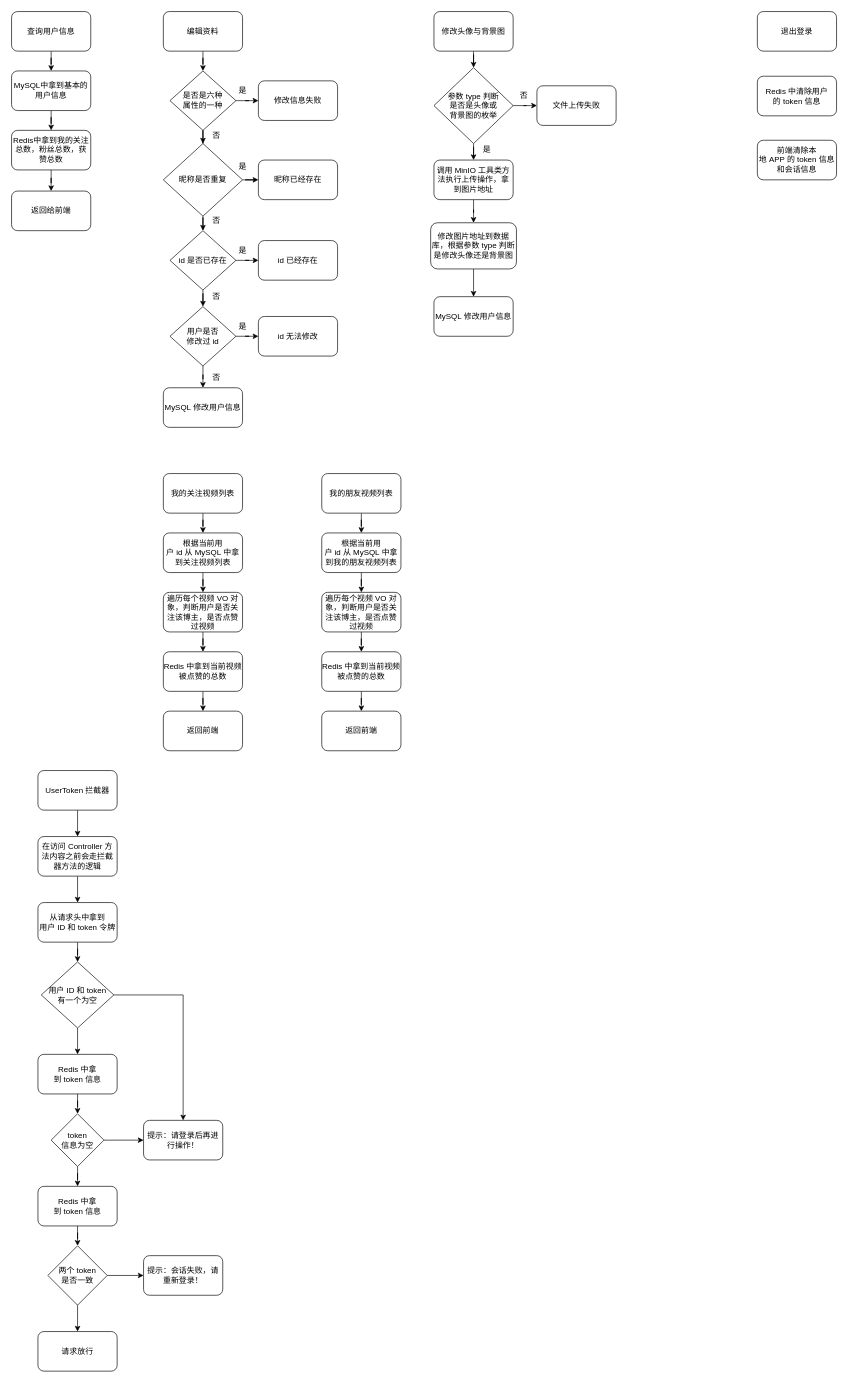
The draw.io diagram 用户模块.drawio in lee11xx/picgo-img, before the edit. Source tidied: cells renumbered, new cells numbered last; positions are measured from the earlier drawing's top-left corner, leaving out a move shared by most shapes. Both pictures are drawn from the tidied source at 66%, with x=0, y=0 at pixel (11, 11).
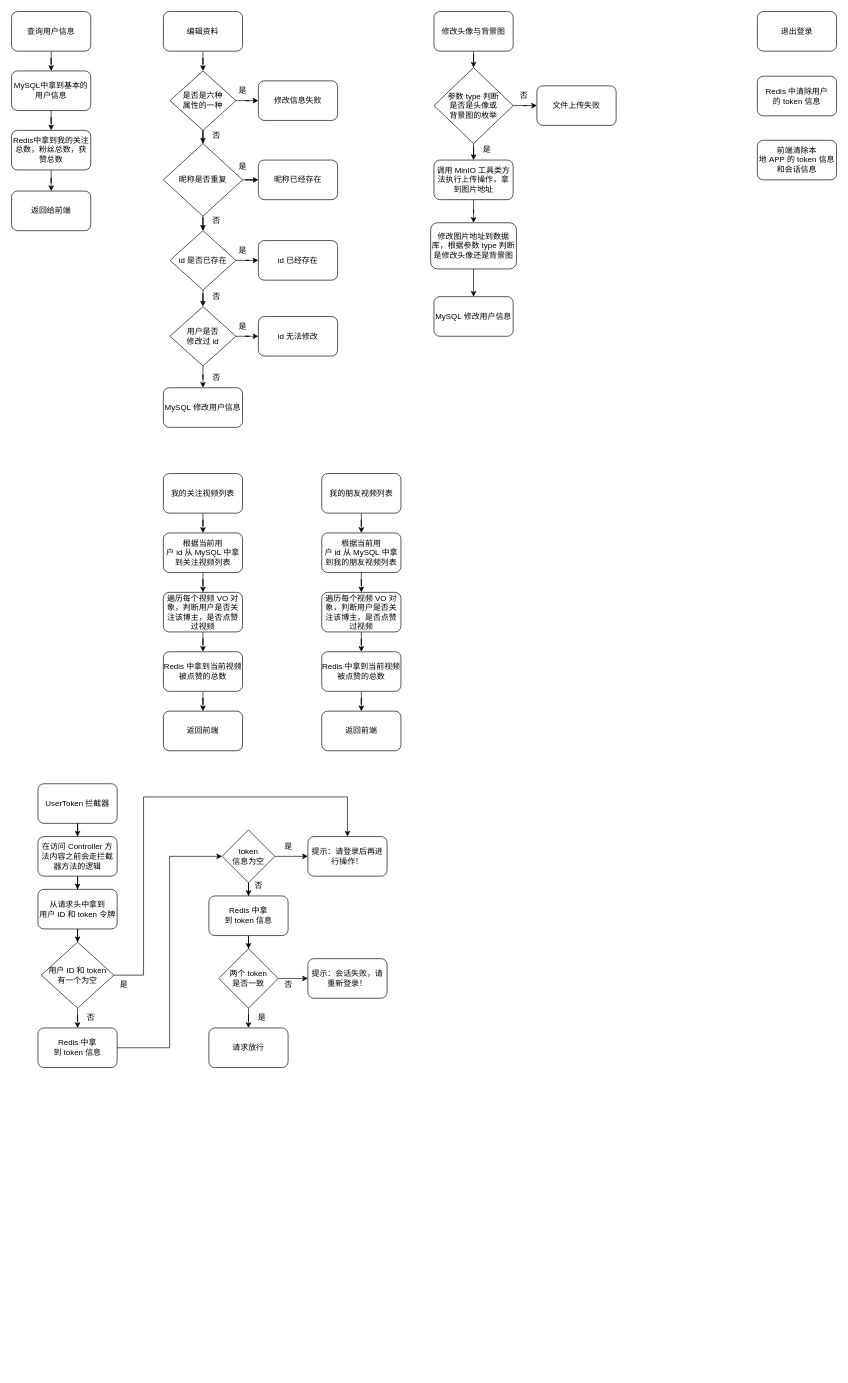
After the change.

Commit message:
更新用户模块.drawio

Diff of the diagram source:
```diff
@@
     <mxCell id="71" value="UserToken 拦截器" style="rounded=1;whiteSpace=wrap;html=1;" parent="1" vertex="1">
-      <mxGeometry x="40" y="1150" width="120" height="60" as="geometry" />
+      <mxGeometry x="40" y="1170" width="120" height="60" as="geometry" />
     </mxCell>
@@
     <mxCell id="75" value="从请求头中拿到&lt;br&gt;用户&amp;nbsp;ID&amp;nbsp;和&amp;nbsp;token&amp;nbsp;令牌" style="rounded=1;whiteSpace=wrap;html=1;" parent="1" vertex="1">
-      <mxGeometry x="40" y="1350" width="120" height="60" as="geometry" />
+      <mxGeometry x="40" y="1330" width="120" height="60" as="geometry" />
     </mxCell>
-    <mxCell id="76" style="edgeStyle=orthogonalEdgeStyle;rounded=0;jettySize=auto;html=1;" parent="1" edge="1" source="77" target="80">
+    <mxCell id="76" style="edgeStyle=orthogonalEdgeStyle;rounded=0;jettySize=auto;html=1;entryX=0;entryY=0.5;entryDx=0;entryDy=0;" parent="1" edge="1" source="77" target="80">
       <mxGeometry relative="1" as="geometry" />
     </mxCell>
     <mxCell id="77" value="Redis&amp;nbsp;中拿到&amp;nbsp;token&amp;nbsp;信息" style="rounded=1;whiteSpace=wrap;html=1;" parent="1" vertex="1">
-      <mxGeometry x="40" y="1580" width="120" height="60" as="geometry" />
+      <mxGeometry x="40" y="1540" width="120" height="60" as="geometry" />
     </mxCell>
-    <mxCell id="78" style="edgeStyle=orthogonalEdgeStyle;rounded=0;jettySize=auto;html=1;" parent="1" edge="1" source="80" target="83">
-      <mxGeometry relative="1" as="geometry" />
+    <mxCell id="78" style="edgeStyle=orthogonalEdgeStyle;rounded=0;jettySize=auto;html=1;" parent="1" edge="1" source="80">
+      <mxGeometry relative="1" as="geometry">
+        <mxPoint x="449" y="1280" as="targetPoint" />
+      </mxGeometry>
     </mxCell>
@@
     <mxCell id="80" value="token&lt;br&gt;信息为空" style="rhombus;whiteSpace=wrap;html=1;" parent="1" vertex="1">
-      <mxGeometry x="60" y="1670" width="80" height="80" as="geometry" />
+      <mxGeometry x="319" y="1240" width="80" height="80" as="geometry" />
     </mxCell>
@@
     <mxCell id="82" value="Redis&amp;nbsp;中拿到&amp;nbsp;token&amp;nbsp;信息" style="rounded=1;whiteSpace=wrap;html=1;" parent="1" vertex="1">
-      <mxGeometry x="40" y="1780" width="120" height="60" as="geometry" />
+      <mxGeometry x="299" y="1340" width="120" height="60" as="geometry" />
     </mxCell>
-    <mxCell id="83" value="提示：请登录后再进行操作！" style="rounded=1;whiteSpace=wrap;html=1;" parent="1" vertex="1">
-      <mxGeometry x="200" y="1680" width="120" height="60" as="geometry" />
-    </mxCell>
@@
     <mxCell id="86" value="两个&amp;nbsp;token&lt;br&gt;是否一致" style="rhombus;whiteSpace=wrap;html=1;" parent="1" vertex="1">
-      <mxGeometry x="55" y="1870" width="90" height="90" as="geometry" />
+      <mxGeometry x="314" y="1420" width="90" height="90" as="geometry" />
     </mxCell>
     <mxCell id="87" value="提示：会话失败，请重新登录！" style="rounded=1;whiteSpace=wrap;html=1;" parent="1" vertex="1">
-      <mxGeometry x="200" y="1885" width="120" height="60" as="geometry" />
+      <mxGeometry x="449" y="1435" width="120" height="60" as="geometry" />
     </mxCell>
+    <mxCell id="89" style="edgeStyle=orthogonalEdgeStyle;rounded=0;jettySize=auto;html=1;" parent="1" edge="1" source="90" target="77">
+      <mxGeometry relative="1" as="geometry" />
+    </mxCell>
-    <mxCell id="88" style="edgeStyle=orthogonalEdgeStyle;rounded=0;jettySize=auto;html=1;" parent="1" edge="1" source="90" target="83">
-      <mxGeometry relative="1" as="geometry" />
+    <mxCell id="88" style="edgeStyle=orthogonalEdgeStyle;rounded=0;jettySize=auto;html=1;entryX=0.5;entryY=0;entryDx=0;entryDy=0;" parent="1" edge="1" source="90" target="83">
+      <mxGeometry relative="1" as="geometry">
+        <Array as="points">
+          <mxPoint x="200" y="1460" />
+          <mxPoint x="200" y="1190" />
+          <mxPoint x="509" y="1190" />
+        </Array>
+      </mxGeometry>
     </mxCell>
-    <mxCell id="89" style="edgeStyle=orthogonalEdgeStyle;rounded=0;jettySize=auto;html=1;" parent="1" edge="1" source="90" target="77">
-      <mxGeometry relative="1" as="geometry" />
-    </mxCell>
     <mxCell id="90" value="用户&amp;nbsp;ID&amp;nbsp;和&amp;nbsp;token&lt;br&gt;有一个为空" style="rhombus;whiteSpace=wrap;html=1;" parent="1" vertex="1">
-      <mxGeometry x="45" y="1440" width="110" height="100" as="geometry" />
+      <mxGeometry x="45" y="1410" width="110" height="100" as="geometry" />
     </mxCell>
     <mxCell id="91" value="请求放行" style="rounded=1;whiteSpace=wrap;html=1;" parent="1" vertex="1">
-      <mxGeometry x="40" y="2000" width="120" height="60" as="geometry" />
+      <mxGeometry x="299" y="1540" width="120" height="60" as="geometry" />
     </mxCell>
+    <mxCell id="83" value="提示：请登录后再进行操作！" style="rounded=1;whiteSpace=wrap;html=1;" parent="1" vertex="1">
+      <mxGeometry x="449" y="1250" width="120" height="60" as="geometry" />
+    </mxCell>
+    <mxCell id="92" value="是" style="text;html=1;align=center;verticalAlign=middle;strokeColor=none;fillColor=none;" parent="1" vertex="1">
+      <mxGeometry x="150" y="1460" width="40" height="30" as="geometry" />
+    </mxCell>
+    <mxCell id="93" value="否" style="text;html=1;align=center;verticalAlign=middle;strokeColor=none;fillColor=none;" parent="1" vertex="1">
+      <mxGeometry x="100" y="1510" width="40" height="30" as="geometry" />
+    </mxCell>
+    <mxCell id="94" value="是" style="text;html=1;align=center;verticalAlign=middle;strokeColor=none;fillColor=none;" parent="1" vertex="1">
+      <mxGeometry x="399" y="1250" width="40" height="30" as="geometry" />
+    </mxCell>
+    <mxCell id="95" value="否" style="text;html=1;align=center;verticalAlign=middle;strokeColor=none;fillColor=none;" parent="1" vertex="1">
+      <mxGeometry x="354" y="1310" width="40" height="30" as="geometry" />
+    </mxCell>
+    <mxCell id="96" value="是" style="text;html=1;align=center;verticalAlign=middle;strokeColor=none;fillColor=none;" parent="1" vertex="1">
+      <mxGeometry x="359" y="1510" width="40" height="30" as="geometry" />
+    </mxCell>
+    <mxCell id="97" value="否" style="text;html=1;align=center;verticalAlign=middle;strokeColor=none;fillColor=none;" parent="1" vertex="1">
+      <mxGeometry x="399" y="1460" width="40" height="30" as="geometry" />
+    </mxCell>
```
